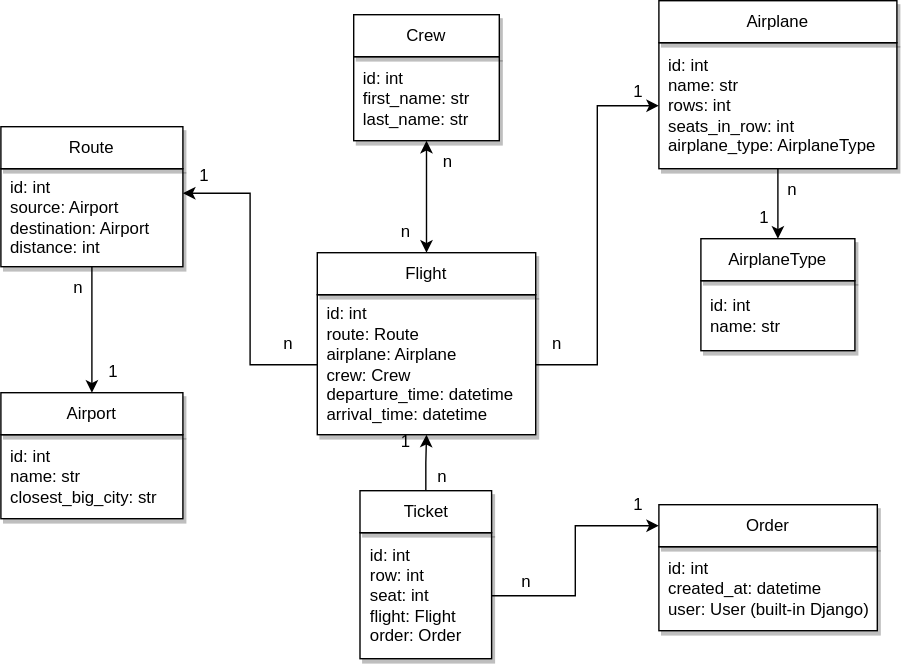
rezehor/airport-api-service keeps this draw.io diagram as db_structure.svg. Above is the earlier version. Source tidied: cells renumbered, new cells last; positions are measured from the earlier drawing's top-left corner, leaving out a move shared by most shapes.
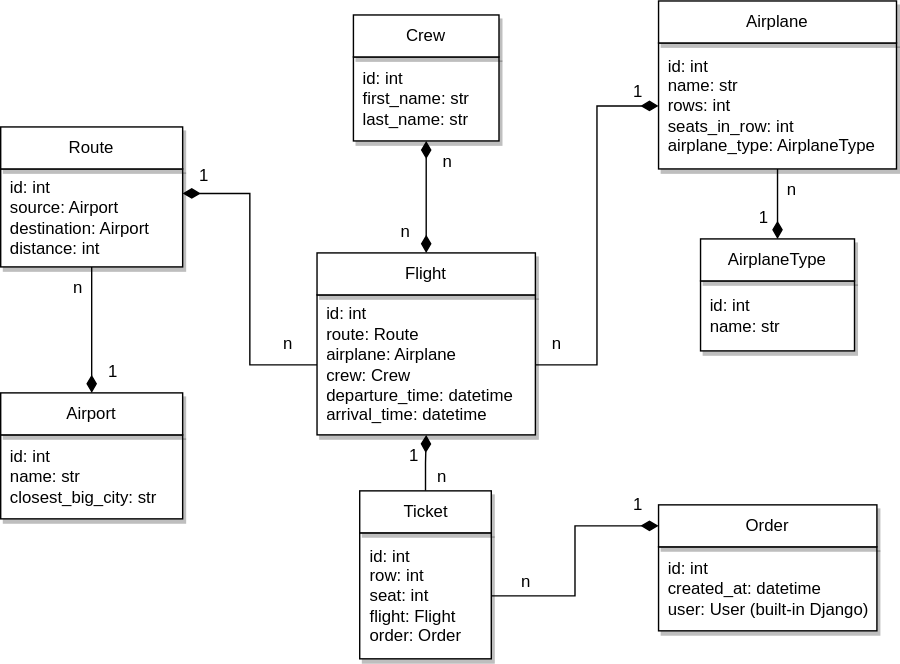
Above is the later version.

Diff of the diagram source:
```diff
@@ -2,16 +2,16 @@
   <root>
     <mxCell id="0" />
     <mxCell id="1" parent="0" />
-    <mxCell id="2" style="edgeStyle=orthogonalEdgeStyle;rounded=0;jettySize=auto;html=1;entryX=1;entryY=0.25;entryDx=0;entryDy=0;" parent="1" edge="1" source="4" target="14">
+    <mxCell id="2" style="edgeStyle=orthogonalEdgeStyle;rounded=0;jettySize=auto;html=1;entryX=1;entryY=0.25;entryDx=0;entryDy=0;endArrow=diamondThin;endFill=1;endSize=10;" parent="1" edge="1" source="4" target="14">
       <mxGeometry relative="1" as="geometry" />
     </mxCell>
-    <mxCell id="3" style="edgeStyle=orthogonalEdgeStyle;rounded=0;jettySize=auto;html=1;entryX=0;entryY=0.5;entryDx=0;entryDy=0;" parent="1" edge="1" source="4" target="19">
+    <mxCell id="3" style="edgeStyle=orthogonalEdgeStyle;rounded=0;jettySize=auto;html=1;entryX=0;entryY=0.5;entryDx=0;entryDy=0;endArrow=diamondThin;endFill=1;strokeWidth=1;endSize=10;" parent="1" edge="1" source="4" target="19">
       <mxGeometry relative="1" as="geometry" />
     </mxCell>
     <mxCell id="4" value="id: int&lt;br&gt;route: Route&lt;br&gt;airplane: Airplane&lt;br&gt;crew: Crew&lt;br&gt;departure_time: datetime&lt;br&gt;arrival_time: datetime" style="rounded=0;whiteSpace=wrap;html=1;align=left;spacingLeft=5;shadow=1;" parent="1" vertex="1">
       <mxGeometry x="226" y="210" width="156" height="100" as="geometry" />
     </mxCell>
-    <mxCell id="5" style="edgeStyle=orthogonalEdgeStyle;rounded=0;jettySize=auto;html=1;startArrow=classic;startFill=1;" parent="1" edge="1" source="6" target="7">
+    <mxCell id="5" style="edgeStyle=orthogonalEdgeStyle;rounded=0;jettySize=auto;html=1;startArrow=diamondThin;startFill=1;endSize=10;startSize=10;endArrow=diamondThin;endFill=1;" parent="1" edge="1" source="6" target="7">
       <mxGeometry relative="1" as="geometry" />
     </mxCell>
     <mxCell id="6" value="Flight" style="rounded=0;whiteSpace=wrap;html=1;shadow=1;" parent="1" vertex="1">
@@ -23,19 +23,19 @@
     <mxCell id="8" value="Crew" style="rounded=0;whiteSpace=wrap;html=1;shadow=1;" parent="1" vertex="1">
       <mxGeometry x="252" y="10" width="104" height="30" as="geometry" />
     </mxCell>
-    <mxCell id="9" style="edgeStyle=orthogonalEdgeStyle;rounded=0;jettySize=auto;html=1;" parent="1" edge="1" source="10" target="24">
+    <mxCell id="9" style="edgeStyle=orthogonalEdgeStyle;rounded=0;jettySize=auto;html=1;endArrow=diamondThin;endFill=1;endSize=10;" parent="1" edge="1" source="10" target="24">
       <mxGeometry relative="1" as="geometry" />
     </mxCell>
     <mxCell id="10" value="id: int&lt;br&gt;row: int&lt;br&gt;seat: int&lt;br&gt;flight: Flight&lt;br&gt;order: Order" style="rounded=0;whiteSpace=wrap;html=1;align=left;spacingLeft=5;shadow=1;" parent="1" vertex="1">
       <mxGeometry x="256.5" y="380" width="94" height="90" as="geometry" />
     </mxCell>
-    <mxCell id="11" style="edgeStyle=orthogonalEdgeStyle;rounded=0;jettySize=auto;html=1;" parent="1" edge="1" source="12" target="4">
+    <mxCell id="11" style="edgeStyle=orthogonalEdgeStyle;rounded=0;jettySize=auto;html=1;endArrow=diamondThin;endFill=1;endSize=10;" parent="1" edge="1" source="12" target="4">
       <mxGeometry relative="1" as="geometry" />
     </mxCell>
     <mxCell id="12" value="Ticket" style="rounded=0;whiteSpace=wrap;html=1;shadow=1;" parent="1" vertex="1">
       <mxGeometry x="256.5" y="350" width="94" height="30" as="geometry" />
     </mxCell>
-    <mxCell id="13" style="edgeStyle=orthogonalEdgeStyle;rounded=0;jettySize=auto;html=1;entryX=0.5;entryY=0;entryDx=0;entryDy=0;endArrow=classic;endFill=1;" parent="1" edge="1" source="14" target="17">
+    <mxCell id="13" style="edgeStyle=orthogonalEdgeStyle;rounded=0;jettySize=auto;html=1;entryX=0.5;entryY=0;entryDx=0;entryDy=0;endArrow=diamondThin;endFill=1;endSize=10;" parent="1" edge="1" source="14" target="17">
       <mxGeometry relative="1" as="geometry" />
     </mxCell>
     <mxCell id="14" value="id: int&lt;br&gt;source: Airport&lt;br&gt;destination: Airport&lt;br&gt;distance: int" style="rounded=0;whiteSpace=wrap;html=1;align=left;spacingLeft=5;shadow=1;" parent="1" vertex="1">
@@ -50,7 +50,7 @@
     <mxCell id="17" value="Airport" style="rounded=0;whiteSpace=wrap;html=1;shadow=1;" parent="1" vertex="1">
       <mxGeometry y="280" width="130" height="30" as="geometry" />
     </mxCell>
-    <mxCell id="18" style="edgeStyle=orthogonalEdgeStyle;rounded=0;jettySize=auto;html=1;" parent="1" edge="1" source="19" target="22">
+    <mxCell id="18" style="edgeStyle=orthogonalEdgeStyle;rounded=0;jettySize=auto;html=1;endArrow=diamondThin;endFill=1;endSize=10;" parent="1" edge="1" source="19" target="22">
       <mxGeometry relative="1" as="geometry" />
     </mxCell>
     <mxCell id="19" value="id: int&lt;br&gt;name: str&lt;br&gt;rows: int&lt;br&gt;seats_in_row: int&lt;br&gt;airplane_type: AirplaneType" style="rounded=0;whiteSpace=wrap;html=1;align=left;spacingLeft=5;shadow=1;" parent="1" vertex="1">
@@ -105,7 +105,7 @@
       <mxGeometry x="440" y="50" width="30" height="30" as="geometry" />
     </mxCell>
     <mxCell id="36" value="1" style="text;html=1;align=center;verticalAlign=middle;strokeColor=none;fillColor=none;" parent="1" vertex="1">
-      <mxGeometry x="274" y="300" width="30" height="30" as="geometry" />
+      <mxGeometry x="280" y="310" width="30" height="30" as="geometry" />
     </mxCell>
     <mxCell id="37" value="1" style="text;html=1;align=center;verticalAlign=middle;strokeColor=none;fillColor=none;" parent="1" vertex="1">
       <mxGeometry x="130" y="110" width="30" height="30" as="geometry" />
```
